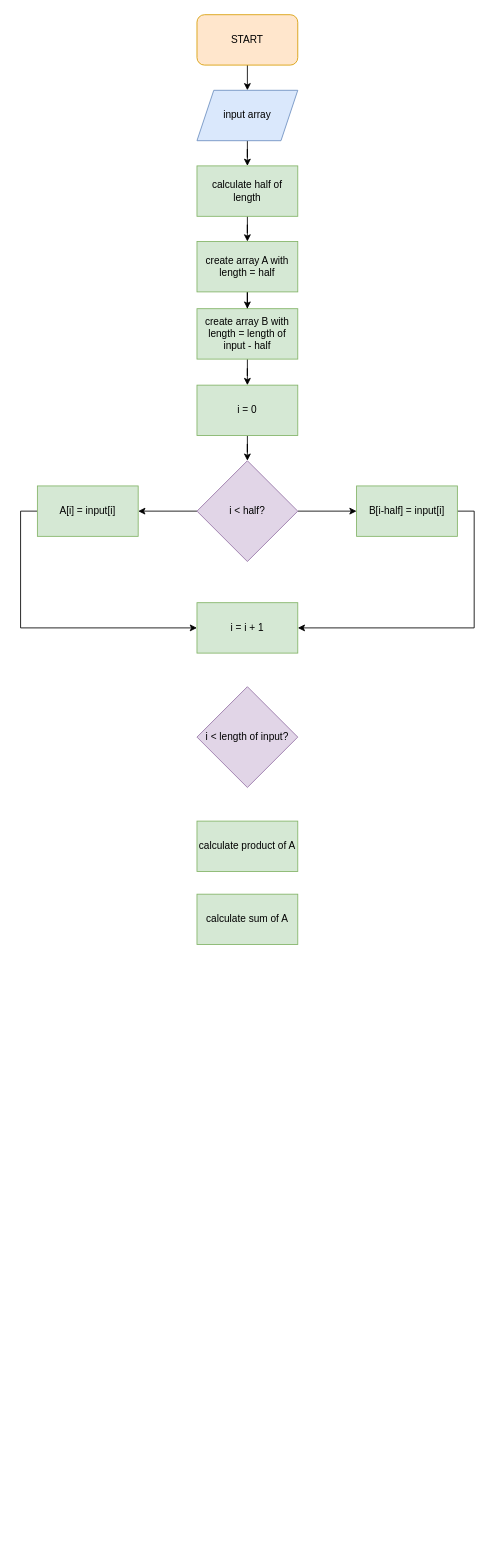
The draw.io diagram Untitled Diagram.drawio in fayto/Divide, before the edit. Source tidied: cells renumbered, new cells numbered last; positions are measured from the earlier drawing's top-left corner, leaving out a move shared by most shapes. Both pictures are drawn from the tidied source at 84%, with x=0, y=0 at pixel (37, 14).
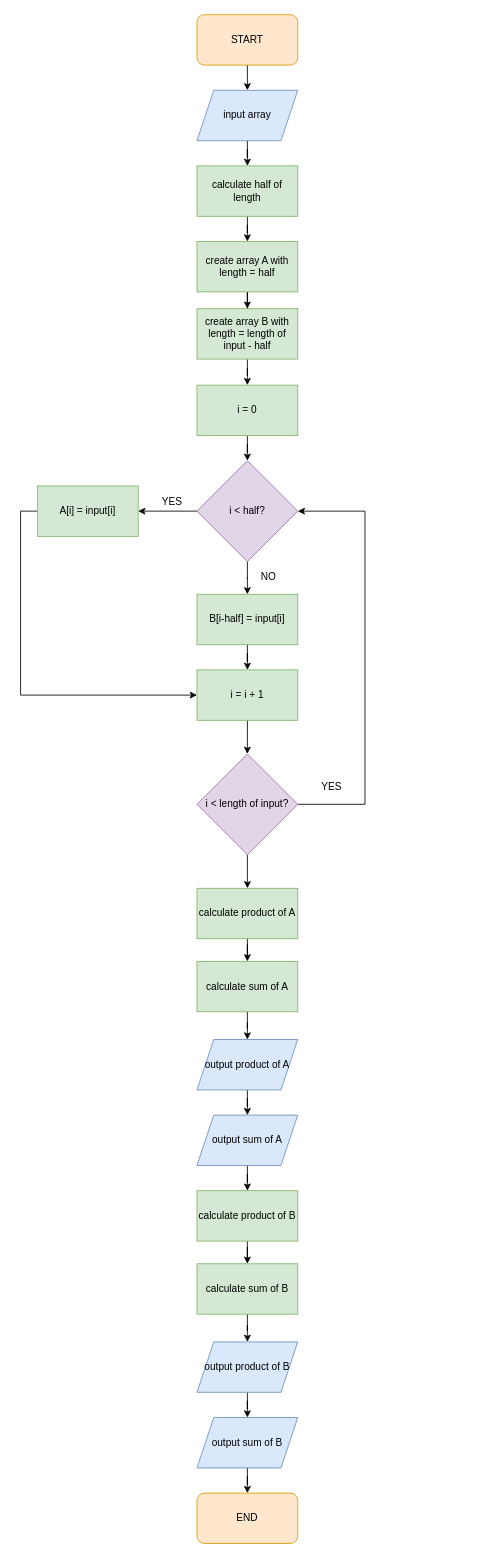
The same page after the edit.

Unchanged cells that the change refers to:
```xml
<mxCell id="12" value="i &amp;lt; half?" style="rhombus;whiteSpace=wrap;html=1;fillColor=#e1d5e7;strokeColor=#9673a6;" parent="1" vertex="1">
  <mxGeometry x="190" y="531" width="120" height="120" as="geometry" />
</mxCell>
```

Change to the diagram source:
```diff
@@
-    <mxCell id="11" style="edgeStyle=orthogonalEdgeStyle;rounded=0;jettySize=auto;html=1;exitX=1;exitY=0.5;exitDx=0;exitDy=0;" parent="1" edge="1" source="12" target="20">
+    <mxCell id="11" style="edgeStyle=orthogonalEdgeStyle;rounded=0;jettySize=auto;html=1;exitX=0.5;exitY=1;exitDx=0;exitDy=0;" parent="1" edge="1" source="12" target="20">
       <mxGeometry relative="1" as="geometry" />
     </mxCell>
@@
-    <mxCell id="19" style="edgeStyle=orthogonalEdgeStyle;rounded=0;jettySize=auto;html=1;exitX=1;exitY=0.5;exitDx=0;exitDy=0;entryX=1;entryY=0.5;entryDx=0;entryDy=0;" parent="1" edge="1" source="20" target="23">
+    <mxCell id="19" style="edgeStyle=orthogonalEdgeStyle;rounded=0;jettySize=auto;html=1;exitX=0.5;exitY=1;exitDx=0;exitDy=0;" parent="1" edge="1" source="20" target="23">
       <mxGeometry relative="1" as="geometry" />
     </mxCell>
     <mxCell id="20" value="B[i-half] = input[i]" style="rounded=0;whiteSpace=wrap;html=1;fillColor=#d5e8d4;strokeColor=#82b366;" parent="1" vertex="1">
-      <mxGeometry x="380" y="561" width="120" height="60" as="geometry" />
+      <mxGeometry x="190" y="690" width="120" height="60" as="geometry" />
     </mxCell>
+    <mxCell id="25" style="edgeStyle=orthogonalEdgeStyle;rounded=0;jettySize=auto;html=1;exitX=0.5;exitY=1;exitDx=0;exitDy=0;" parent="1" edge="1" source="21" target="22">
+      <mxGeometry relative="1" as="geometry" />
+    </mxCell>
     <mxCell id="21" value="calculate product of A" style="rounded=0;whiteSpace=wrap;html=1;fillColor=#d5e8d4;strokeColor=#82b366;" parent="1" vertex="1">
-      <mxGeometry x="190" y="960" width="120" height="60" as="geometry" />
+      <mxGeometry x="190" y="1040" width="120" height="60" as="geometry" />
     </mxCell>
+    <mxCell id="26" style="edgeStyle=orthogonalEdgeStyle;rounded=0;jettySize=auto;html=1;exitX=0.5;exitY=1;exitDx=0;exitDy=0;" parent="1" edge="1" source="22" target="35">
+      <mxGeometry relative="1" as="geometry" />
+    </mxCell>
     <mxCell id="22" value="calculate sum of A" style="rounded=0;whiteSpace=wrap;html=1;fillColor=#d5e8d4;strokeColor=#82b366;" parent="1" vertex="1">
-      <mxGeometry x="190" y="1047" width="120" height="60" as="geometry" />
+      <mxGeometry x="190" y="1127" width="120" height="60" as="geometry" />
     </mxCell>
+    <mxCell id="27" style="edgeStyle=orthogonalEdgeStyle;rounded=0;jettySize=auto;html=1;exitX=0.5;exitY=1;exitDx=0;exitDy=0;" parent="1" edge="1" source="23" target="24">
+      <mxGeometry relative="1" as="geometry" />
+    </mxCell>
     <mxCell id="23" value="i = i + 1" style="rounded=0;whiteSpace=wrap;html=1;fillColor=#d5e8d4;strokeColor=#82b366;" parent="1" vertex="1">
-      <mxGeometry x="190" y="700" width="120" height="60" as="geometry" />
+      <mxGeometry x="190" y="780" width="120" height="60" as="geometry" />
     </mxCell>
+    <mxCell id="28" style="edgeStyle=orthogonalEdgeStyle;rounded=0;jettySize=auto;html=1;exitX=1;exitY=0.5;exitDx=0;exitDy=0;entryX=1;entryY=0.5;entryDx=0;entryDy=0;" parent="1" edge="1" source="24" target="12">
+      <mxGeometry relative="1" as="geometry">
+        <Array as="points">
+          <mxPoint x="390" y="940" />
+          <mxPoint x="390" y="591" />
+        </Array>
+      </mxGeometry>
+    </mxCell>
+    <mxCell id="29" style="edgeStyle=orthogonalEdgeStyle;rounded=0;jettySize=auto;html=1;exitX=0.5;exitY=1;exitDx=0;exitDy=0;entryX=0.5;entryY=0;entryDx=0;entryDy=0;" parent="1" edge="1" source="24" target="21">
+      <mxGeometry relative="1" as="geometry" />
+    </mxCell>
     <mxCell id="24" value="i &amp;lt; length of input?" style="rhombus;whiteSpace=wrap;html=1;fillColor=#e1d5e7;strokeColor=#9673a6;" parent="1" vertex="1">
-      <mxGeometry x="190" y="800" width="120" height="120" as="geometry" />
+      <mxGeometry x="190" y="880" width="120" height="120" as="geometry" />
     </mxCell>
+    <mxCell id="30" value="YES" style="text;html=1;align=center;verticalAlign=middle;strokeColor=none;fillColor=none;" parent="1" vertex="1">
+      <mxGeometry x="140" y="570" width="40" height="20" as="geometry" />
+    </mxCell>
+    <mxCell id="31" value="NO" style="text;html=1;align=center;verticalAlign=middle;strokeColor=none;fillColor=none;" parent="1" vertex="1">
+      <mxGeometry x="260" y="660" width="30" height="20" as="geometry" />
+    </mxCell>
+    <mxCell id="32" value="YES" style="text;html=1;align=center;verticalAlign=middle;strokeColor=none;fillColor=none;" parent="1" vertex="1">
+      <mxGeometry x="330" y="910" width="40" height="20" as="geometry" />
+    </mxCell>
+    <mxCell id="33" style="edgeStyle=orthogonalEdgeStyle;rounded=0;orthogonalLoop=1;jettySize=auto;html=1;exitX=0.5;exitY=1;exitDx=0;exitDy=0;" parent="1" edge="1">
+      <mxGeometry relative="1" as="geometry">
+        <mxPoint x="210" y="1420" as="sourcePoint" />
+        <mxPoint x="210" y="1450" as="targetPoint" />
+      </mxGeometry>
+    </mxCell>
+    <mxCell id="34" style="edgeStyle=orthogonalEdgeStyle;rounded=0;jettySize=auto;html=1;exitX=0.5;exitY=1;exitDx=0;exitDy=0;" parent="1" edge="1" source="35" target="37">
+      <mxGeometry relative="1" as="geometry" />
+    </mxCell>
+    <mxCell id="35" value="output product of A" style="shape=parallelogram;perimeter=parallelogramPerimeter;whiteSpace=wrap;html=1;fixedSize=1;fillColor=#dae8fc;strokeColor=#6c8ebf;" parent="1" vertex="1">
+      <mxGeometry x="190" y="1220" width="120" height="60" as="geometry" />
+    </mxCell>
+    <mxCell id="36" style="edgeStyle=orthogonalEdgeStyle;rounded=0;jettySize=auto;html=1;exitX=0.5;exitY=1;exitDx=0;exitDy=0;" parent="1" edge="1" source="37" target="39">
+      <mxGeometry relative="1" as="geometry" />
+    </mxCell>
+    <mxCell id="37" value="output sum of A" style="shape=parallelogram;perimeter=parallelogramPerimeter;whiteSpace=wrap;html=1;fixedSize=1;fillColor=#dae8fc;strokeColor=#6c8ebf;" parent="1" vertex="1">
+      <mxGeometry x="190" y="1310" width="120" height="60" as="geometry" />
+    </mxCell>
+    <mxCell id="38" style="edgeStyle=orthogonalEdgeStyle;rounded=0;jettySize=auto;html=1;exitX=0.5;exitY=1;exitDx=0;exitDy=0;" parent="1" edge="1" source="39" target="41">
+      <mxGeometry relative="1" as="geometry" />
+    </mxCell>
+    <mxCell id="39" value="calculate product of B" style="rounded=0;whiteSpace=wrap;html=1;fillColor=#d5e8d4;strokeColor=#82b366;" parent="1" vertex="1">
+      <mxGeometry x="190" y="1400" width="120" height="60" as="geometry" />
+    </mxCell>
+    <mxCell id="40" style="edgeStyle=orthogonalEdgeStyle;rounded=0;jettySize=auto;html=1;exitX=0.5;exitY=1;exitDx=0;exitDy=0;" parent="1" edge="1" source="41" target="43">
+      <mxGeometry relative="1" as="geometry" />
+    </mxCell>
+    <mxCell id="41" value="calculate sum of B" style="rounded=0;whiteSpace=wrap;html=1;fillColor=#d5e8d4;strokeColor=#82b366;" parent="1" vertex="1">
+      <mxGeometry x="190" y="1487" width="120" height="60" as="geometry" />
+    </mxCell>
+    <mxCell id="42" style="edgeStyle=orthogonalEdgeStyle;rounded=0;jettySize=auto;html=1;exitX=0.5;exitY=1;exitDx=0;exitDy=0;" parent="1" edge="1" source="43" target="45">
+      <mxGeometry relative="1" as="geometry" />
+    </mxCell>
+    <mxCell id="43" value="output product of B" style="shape=parallelogram;perimeter=parallelogramPerimeter;whiteSpace=wrap;html=1;fixedSize=1;fillColor=#dae8fc;strokeColor=#6c8ebf;" parent="1" vertex="1">
+      <mxGeometry x="190" y="1580" width="120" height="60" as="geometry" />
+    </mxCell>
+    <mxCell id="44" style="edgeStyle=orthogonalEdgeStyle;rounded=0;jettySize=auto;html=1;exitX=0.5;exitY=1;exitDx=0;exitDy=0;" parent="1" edge="1" source="45" target="46">
+      <mxGeometry relative="1" as="geometry" />
+    </mxCell>
+    <mxCell id="45" value="output sum of B" style="shape=parallelogram;perimeter=parallelogramPerimeter;whiteSpace=wrap;html=1;fixedSize=1;fillColor=#dae8fc;strokeColor=#6c8ebf;" parent="1" vertex="1">
+      <mxGeometry x="190" y="1670" width="120" height="60" as="geometry" />
+    </mxCell>
+    <mxCell id="46" value="END" style="rounded=1;whiteSpace=wrap;html=1;fillColor=#ffe6cc;strokeColor=#d79b00;" parent="1" vertex="1">
+      <mxGeometry x="190" y="1760" width="120" height="60" as="geometry" />
+    </mxCell>
```
